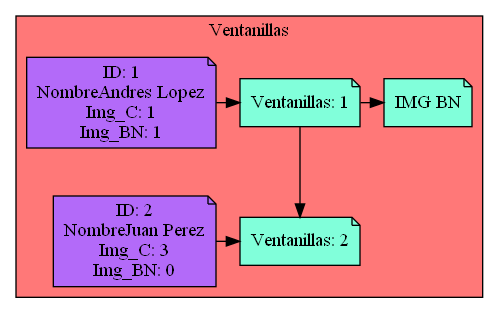
This is Simple_Windows.png from Serch-ING/EDD_UDRAWING_202000119, a Graphviz export, as it was before one commit. Its source is kept beside it as Simple_Windows.dot.
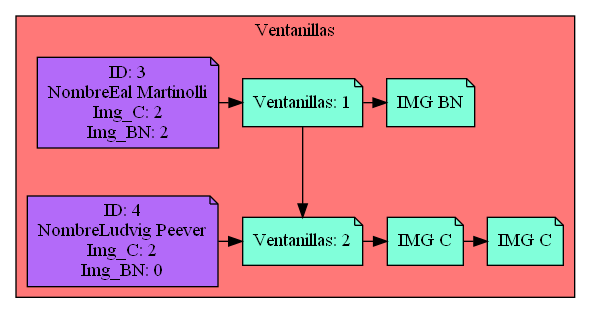
Above is the later version.

Change to the diagram source:
```diff
@@ -3,24 +3,30 @@
 subgraph cluster_p{
     label= " Ventanillas "
     bgcolor = "#FF7878"
-Nodo1882554559[label="Ventanillas: 1",fillcolor="#81FFDA",group=1]
-Nodo1049817027[label="Ventanillas: 2",fillcolor="#81FFDA",group=2]
+Nodo1661081225[label="Ventanillas: 1",fillcolor="#81FFDA",group=1]
+Nodo1882554559[label="Ventanillas: 2",fillcolor="#81FFDA",group=2]
 
-Nodo1882554559 -> Nodo1049817027
+Nodo1661081225 -> Nodo1882554559
 
-Cliente644345897[label="ID: 1
-NombreAndres Lopez
-Img_C: 1
-Img_BN: 1",fillcolor="#B36AF9",group=1]
-Cliente644345897-> Nodo1882554559
-Nodo1472682156[label="IMG BN",fillcolor="#81FFDA"]
+Cliente404214852[label="ID: 3
+NombreEal Martinolli
+Img_C: 2
+Img_BN: 2",fillcolor="#B36AF9",group=1]
+Cliente404214852-> Nodo1661081225
+Nodo957465255[label="IMG BN",fillcolor="#81FFDA"]
 
-Nodo1882554559 -> Nodo1472682156
+Nodo1661081225 -> Nodo957465255
 
-{rank=same;Nodo1882554559,Cliente644345897,Nodo1472682156}
-Cliente178049969[label="ID: 2
-NombreJuan Perez
-Img_C: 3
+{rank=same;Nodo1661081225,Cliente404214852,Nodo957465255}
+Cliente836220863[label="ID: 4
+NombreLudvig Peever
+Img_C: 2
 Img_BN: 0",fillcolor="#B36AF9",group=2]
-Cliente178049969-> Nodo1049817027
-{rank=same;Nodo1049817027,Cliente178049969}}}
+Cliente836220863-> Nodo1882554559
+Nodo1254344205[label="IMG C",fillcolor="#81FFDA"]
+Nodo1822971466[label="IMG C",fillcolor="#81FFDA"]
+Nodo1254344205 -> Nodo1822971466
+
+Nodo1882554559 -> Nodo1254344205
+
+{rank=same;Nodo1882554559,Cliente836220863,Nodo1254344205,Nodo1822971466}}}
```
